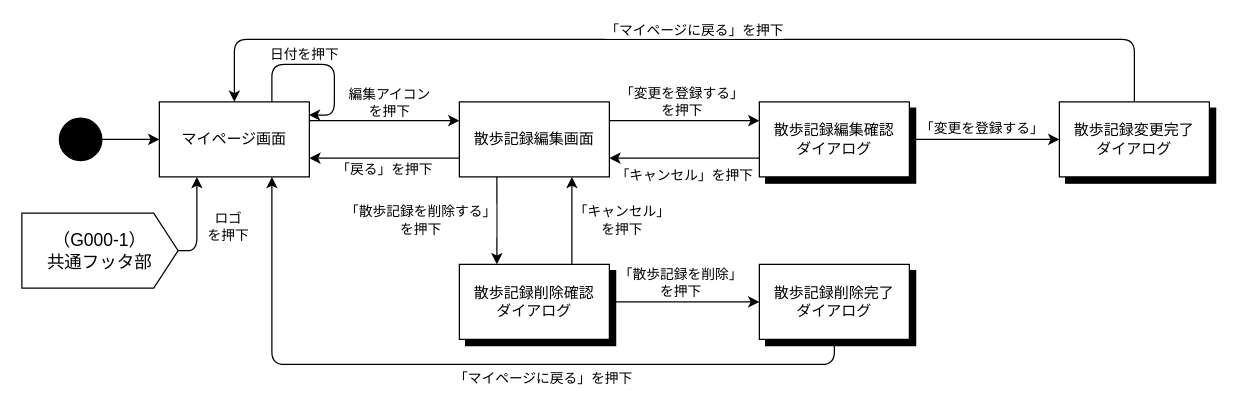
Above: page "マイページ" (4 of 11) of desing/STD.dio in miyong00/ServerProgramming-2026 (draw.io), before the change. Source tidied: cells renumbered, new cells numbered last; positions are measured from the earlier drawing's top-left corner, leaving out a move shared by most shapes. Both pictures are drawn from the tidied source at 125%, with x=0, y=0 at pixel (21, 39).
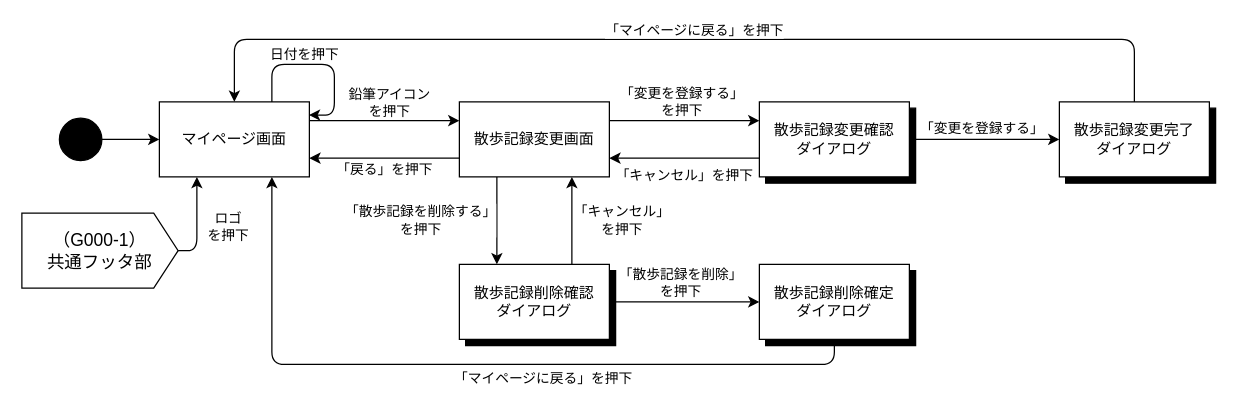
Above is the later version.

The change refers to these unchanged cells:
```xml
<mxCell id="4" style="edgeStyle=none;html=1;exitX=1;exitY=0.25;exitDx=0;exitDy=0;entryX=0;entryY=0.25;entryDx=0;entryDy=0;" parent="1" edge="1" source="6" target="15">
  <mxGeometry relative="1" as="geometry" />
</mxCell>
<mxCell id="35" style="group;" parent="1" vertex="1">
  <mxGeometry x="590" y="180" width="125" height="65" as="geometry" />
</mxCell>
```

The edit, as a diff of the source:
```diff
@@
-    <mxCell id="5" value="編集アイコン&lt;div&gt;を押下&lt;/div&gt;" style="edgeLabel;html=1;align=center;verticalAlign=middle;" parent="4" vertex="1">
+    <mxCell id="5" value="鉛筆アイコン&lt;div&gt;を押下&lt;/div&gt;" style="edgeLabel;html=1;align=center;verticalAlign=middle;" parent="4" vertex="1">
       <mxGeometry x="-0.01" y="1" relative="1" as="geometry">
         <mxPoint x="4" y="-14" as="offset" />
       </mxGeometry>
     </mxCell>
@@
-    <mxCell id="15" value="散歩記録編集画面" style="rounded=0;whiteSpace=wrap;html=1;" parent="1" vertex="1">
+    <mxCell id="15" value="散歩記録変更画面" style="rounded=0;whiteSpace=wrap;html=1;" parent="1" vertex="1">
       <mxGeometry x="350" y="50" width="120" height="60" as="geometry" />
     </mxCell>
@@
-    <mxCell id="22" value="散歩記録編集確認&lt;div&gt;ダイアログ&lt;/div&gt;" style="rounded=0;whiteSpace=wrap;html=1;" parent="1" vertex="1">
+    <mxCell id="22" value="散歩記録変更確認&lt;div&gt;ダイアログ&lt;/div&gt;" style="rounded=0;whiteSpace=wrap;html=1;" parent="1" vertex="1">
       <mxGeometry x="590" y="50" width="120" height="60" as="geometry" />
     </mxCell>
@@
-    <mxCell id="37" value="散歩記録削除完了&lt;div&gt;ダイアログ&lt;/div&gt;" style="rounded=0;whiteSpace=wrap;html=1;" parent="35" vertex="1">
+    <mxCell id="37" value="散歩記録削除確定&lt;div&gt;ダイアログ&lt;/div&gt;" style="rounded=0;whiteSpace=wrap;html=1;" parent="35" vertex="1">
       <mxGeometry width="120" height="60" as="geometry" />
     </mxCell>
```
